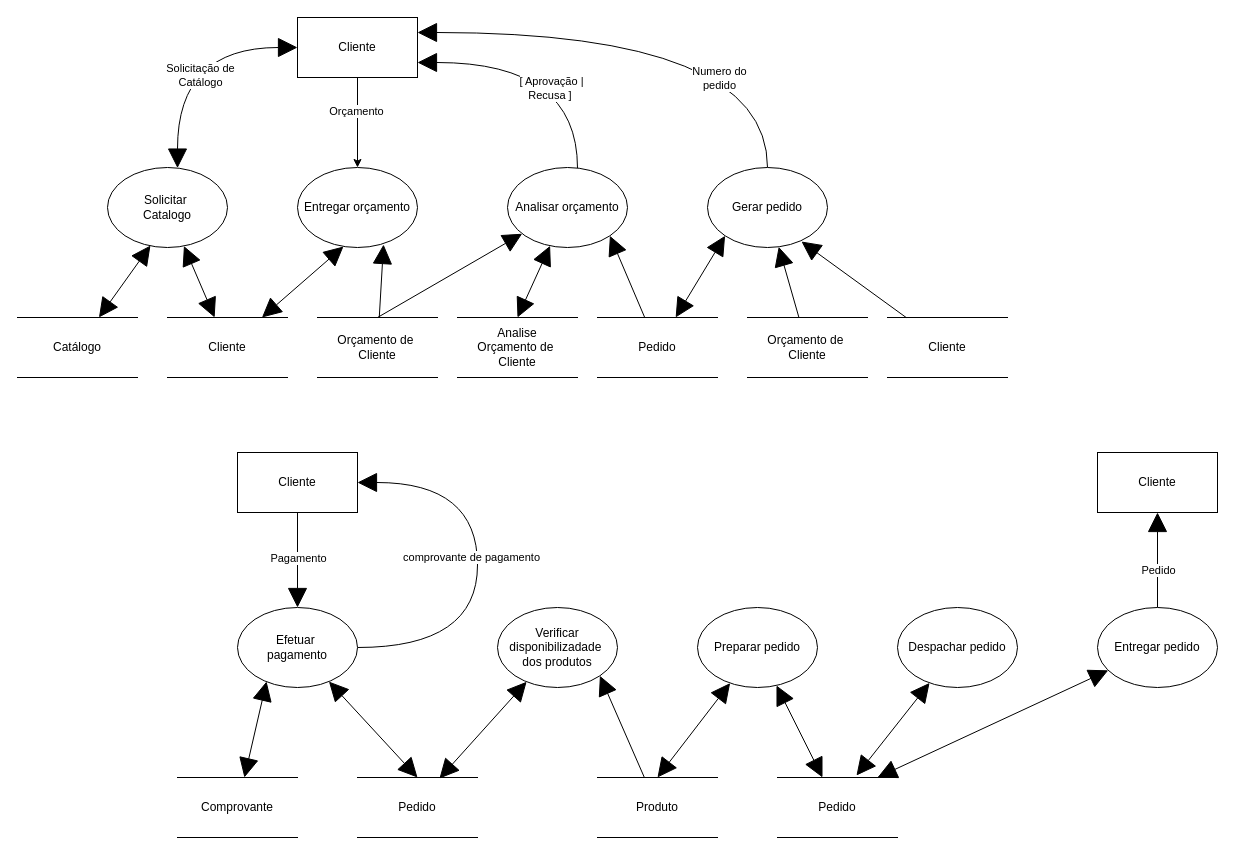
The draw.io diagram Documentation/DFD Essencial para cada Capacidade/DFD Criar Pedido.drawio in Systematicos/FindingApp, before the edit. Source tidied: cells renumbered, new cells numbered last; positions are measured from the earlier drawing's top-left corner, leaving out a move shared by most shapes. Both pictures are drawn from the tidied source at 100%, with x=0, y=0 at pixel (17, 17).
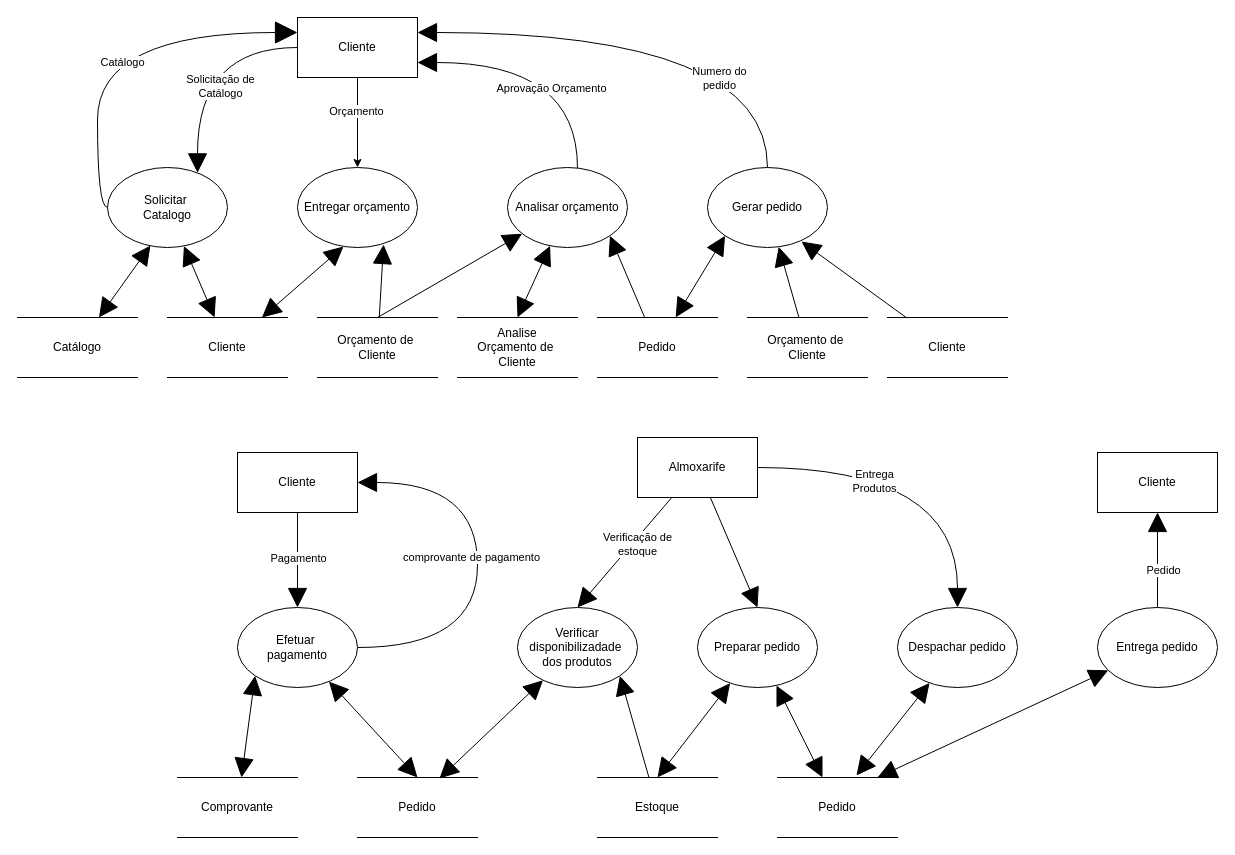
The same diagram, later.

Commit message:
Atualizado DFD realizar pedido

Unchanged cells that the change refers to:
```xml
<mxCell id="4" value="Cliente" style="rounded=0;whiteSpace=wrap;html=1;" parent="1" vertex="1">
  <mxGeometry x="280" width="120" height="60" as="geometry" />
</mxCell>
<mxCell id="11" style="edgeStyle=orthogonalEdgeStyle;rounded=0;jettySize=auto;html=1;entryX=1;entryY=0.75;entryDx=0;entryDy=0;startArrow=none;startFill=0;startSize=17;endArrow=block;endFill=1;endSize=17;curved=1;" parent="1" edge="1" source="14" target="4">
  <mxGeometry relative="1" as="geometry">
    <Array as="points">
      <mxPoint x="560" y="45" />
    </Array>
  </mxGeometry>
</mxCell>
<mxCell id="19" value="Solicitar&amp;nbsp;&lt;br&gt;Catalogo" style="ellipse;whiteSpace=wrap;html=1;" parent="1" vertex="1">
  <mxGeometry x="90" y="150" width="120" height="80" as="geometry" />
</mxCell>
<mxCell id="38" value="Efetuar&amp;nbsp;&lt;br&gt;pagamento" style="ellipse;whiteSpace=wrap;html=1;" parent="1" vertex="1">
  <mxGeometry x="220" y="590" width="120" height="80" as="geometry" />
</mxCell>
<mxCell id="41" value="Comprovante" style="shape=partialRectangle;whiteSpace=wrap;html=1;left=0;right=0;fillColor=none;" parent="1" vertex="1">
  <mxGeometry x="160" y="760" width="120" height="60" as="geometry" />
</mxCell>
<mxCell id="47" value="Preparar pedido" style="ellipse;whiteSpace=wrap;html=1;" parent="1" vertex="1">
  <mxGeometry x="680" y="590" width="120" height="80" as="geometry" />
</mxCell>
<mxCell id="51" value="Despachar pedido" style="ellipse;whiteSpace=wrap;html=1;" parent="1" vertex="1">
  <mxGeometry x="880" y="590" width="120" height="80" as="geometry" />
</mxCell>
<mxCell id="52" style="edgeStyle=none;rounded=0;jettySize=auto;html=1;entryX=0.5;entryY=1;entryDx=0;entryDy=0;startArrow=none;startFill=0;startSize=17;endArrow=block;endFill=1;endSize=17;strokeColor=#000000;" parent="1" edge="1" source="55" target="56">
  <mxGeometry relative="1" as="geometry" />
</mxCell>
```

Change to the diagram source:
```diff
@@
-    <mxCell id="12" value="[ Aprovação | &lt;br&gt;Recusa ]&amp;nbsp;" style="edgeLabel;html=1;align=center;verticalAlign=middle;" parent="11" vertex="1">
+    <mxCell id="12" value="Aprovação Orçamento" style="edgeLabel;html=1;align=center;verticalAlign=middle;" parent="11" vertex="1">
       <mxGeometry x="-0.4" y="27" relative="1" as="geometry" />
     </mxCell>
@@
-    <mxCell id="16" style="edgeStyle=orthogonalEdgeStyle;rounded=0;jettySize=auto;html=1;entryX=0;entryY=0.5;entryDx=0;entryDy=0;startArrow=block;startFill=1;startSize=17;endArrow=block;endFill=1;endSize=17;curved=1;" parent="1" edge="1" source="19" target="4">
+    <mxCell id="16" style="edgeStyle=orthogonalEdgeStyle;rounded=0;jettySize=auto;html=1;entryX=0;entryY=0.5;entryDx=0;entryDy=0;startArrow=block;startFill=1;startSize=17;endArrow=none;endFill=0;endSize=17;curved=1;" parent="1" edge="1" source="19" target="4">
       <mxGeometry relative="1" as="geometry">
         <Array as="points">
-          <mxPoint x="160" y="30" />
+          <mxPoint x="180" y="30" />
         </Array>
       </mxGeometry>
     </mxCell>
@@
+    <mxCell id="57" style="edgeStyle=orthogonalEdgeStyle;rounded=0;jettySize=auto;html=1;entryX=0;entryY=0.25;entryDx=0;entryDy=0;startArrow=none;startFill=0;endArrow=block;endFill=1;endSize=20;curved=1;" parent="1" edge="1" source="19" target="4">
+      <mxGeometry relative="1" as="geometry">
+        <Array as="points">
+          <mxPoint x="80" y="190" />
+          <mxPoint x="80" y="15" />
+        </Array>
+      </mxGeometry>
+    </mxCell>
+    <mxCell id="58" value="Catálogo" style="edgeLabel;html=1;align=center;verticalAlign=middle;" parent="57" vertex="1">
+      <mxGeometry x="-0.19" y="-24" relative="1" as="geometry" />
+    </mxCell>
@@
-    <mxCell id="40" style="edgeStyle=none;rounded=0;jettySize=auto;html=1;entryX=0.242;entryY=0.925;entryDx=0;entryDy=0;startArrow=block;startFill=1;startSize=17;endArrow=block;endFill=1;endSize=17;entryPerimeter=0;" parent="1" edge="1" source="41" target="38">
+    <mxCell id="40" style="edgeStyle=none;rounded=0;jettySize=auto;html=1;entryX=0;entryY=1;entryDx=0;entryDy=0;startArrow=block;startFill=1;startSize=17;endArrow=block;endFill=1;endSize=17;" parent="1" edge="1" source="41" target="38">
       <mxGeometry relative="1" as="geometry" />
     </mxCell>
@@
+    <mxCell id="59" style="rounded=0;jettySize=auto;html=1;entryX=0.5;entryY=0;entryDx=0;entryDy=0;startArrow=none;startFill=0;startSize=17;endArrow=block;endFill=1;endSize=17;" parent="1" edge="1" source="62" target="43">
+      <mxGeometry relative="1" as="geometry" />
+    </mxCell>
+    <mxCell id="60" value="Verificação de&lt;br&gt;estoque" style="edgeLabel;html=1;align=center;verticalAlign=middle;" parent="59" vertex="1">
+      <mxGeometry x="-0.2" y="4" relative="1" as="geometry" />
+    </mxCell>
+    <mxCell id="61" style="edgeStyle=none;rounded=0;jettySize=auto;html=1;entryX=0.5;entryY=0;entryDx=0;entryDy=0;startArrow=none;startFill=0;startSize=17;endArrow=block;endFill=1;endSize=17;" parent="1" edge="1" source="62" target="47">
+      <mxGeometry relative="1" as="geometry" />
+    </mxCell>
+    <mxCell id="62" value="Almoxarife" style="rounded=0;whiteSpace=wrap;html=1;" parent="1" vertex="1">
+      <mxGeometry x="620" y="420" width="120" height="60" as="geometry" />
+    </mxCell>
@@
     <mxCell id="43" value="Verificar disponibilizadade&amp;nbsp;&lt;br&gt;dos produtos" style="ellipse;whiteSpace=wrap;html=1;" parent="1" vertex="1">
-      <mxGeometry x="480" y="590" width="120" height="80" as="geometry" />
+      <mxGeometry x="500" y="590" width="120" height="80" as="geometry" />
     </mxCell>
@@
-    <mxCell id="45" value="Produto" style="shape=partialRectangle;whiteSpace=wrap;html=1;left=0;right=0;fillColor=none;" parent="1" vertex="1">
+    <mxCell id="45" value="Estoque" style="shape=partialRectangle;whiteSpace=wrap;html=1;left=0;right=0;fillColor=none;" parent="1" vertex="1">
       <mxGeometry x="580" y="760" width="120" height="60" as="geometry" />
     </mxCell>
@@
+    <mxCell id="63" style="edgeStyle=orthogonalEdgeStyle;rounded=0;jettySize=auto;html=1;entryX=1;entryY=0.5;entryDx=0;entryDy=0;startArrow=block;startFill=1;startSize=17;endArrow=none;endFill=0;endSize=17;curved=1;" parent="1" edge="1" source="51" target="62">
+      <mxGeometry relative="1" as="geometry">
+        <Array as="points">
+          <mxPoint x="940" y="450" />
+        </Array>
+      </mxGeometry>
+    </mxCell>
+    <mxCell id="64" value="Entrega &lt;br&gt;Produtos" style="edgeLabel;html=1;align=center;verticalAlign=middle;" parent="63" vertex="1">
+      <mxGeometry x="0.32" y="13" relative="1" as="geometry" />
+    </mxCell>
@@
     <mxCell id="53" value="Pedido" style="edgeLabel;html=1;align=center;verticalAlign=middle;" parent="52" vertex="1">
-      <mxGeometry x="-0.2" y="-5" relative="1" as="geometry">
-        <mxPoint x="-5" as="offset" />
-      </mxGeometry>
+      <mxGeometry x="-0.2" y="-5" relative="1" as="geometry" />
     </mxCell>
@@
-    <mxCell id="55" value="Entregar pedido" style="ellipse;whiteSpace=wrap;html=1;" parent="1" vertex="1">
+    <mxCell id="55" value="Entrega pedido" style="ellipse;whiteSpace=wrap;html=1;" parent="1" vertex="1">
       <mxGeometry x="1080" y="590" width="120" height="80" as="geometry" />
     </mxCell>
```
